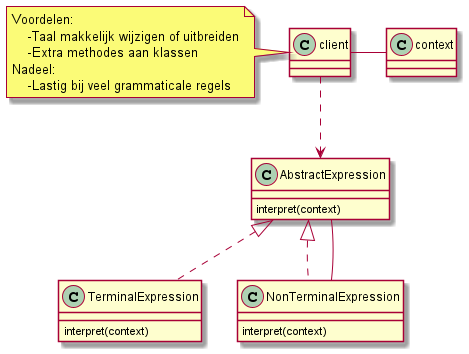
Above: img/img2/Interpreter.png in Kaguya268/Kaguya268.github.io (PlantUML), before the change.
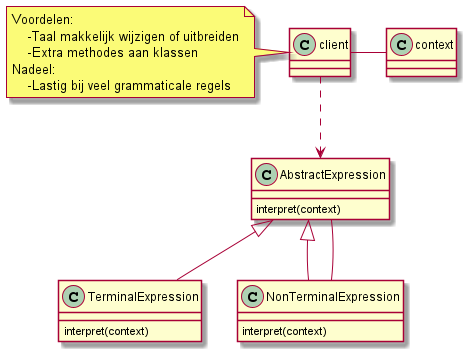
After the commit.

Change to the diagram source:
```diff
@@ -13,8 +13,8 @@
 }
 client - context
 client ..> AbstractExpression
-AbstractExpression <|.. TerminalExpression
-AbstractExpression <|.. NonTerminalExpression
+AbstractExpression <|-- TerminalExpression
+AbstractExpression <|-- NonTerminalExpression
 AbstractExpression -- NonTerminalExpression
 note left of client{
     Voordelen:
```
